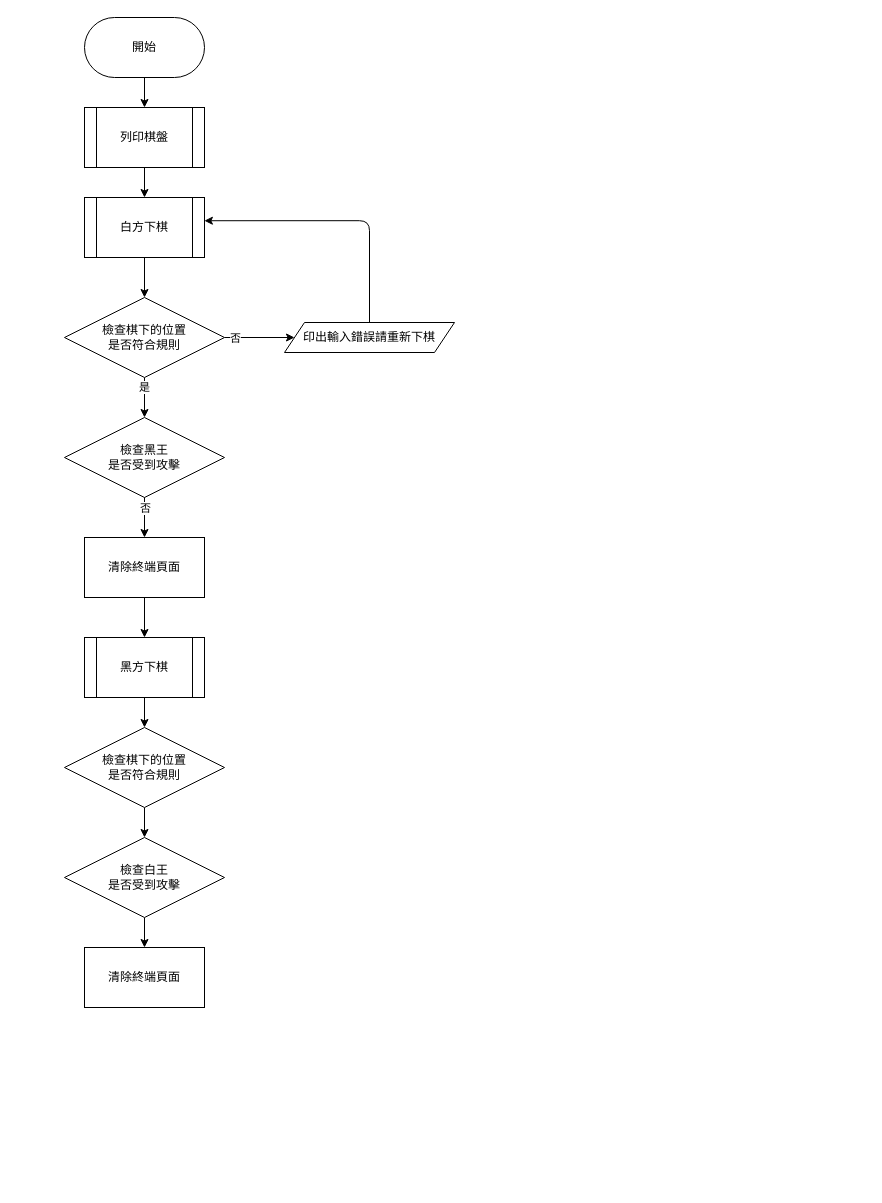
F-YONG3721/chessGame keeps this draw.io diagram as flowchart/chessGame_flowchart.drawio. Above is the earlier version. Source tidied: cells renumbered, new cells numbered last; positions are measured from the earlier drawing's top-left corner, leaving out a move shared by most shapes. Both pictures are drawn from the tidied source at 100%, with x=0, y=0 at pixel (64, 17).
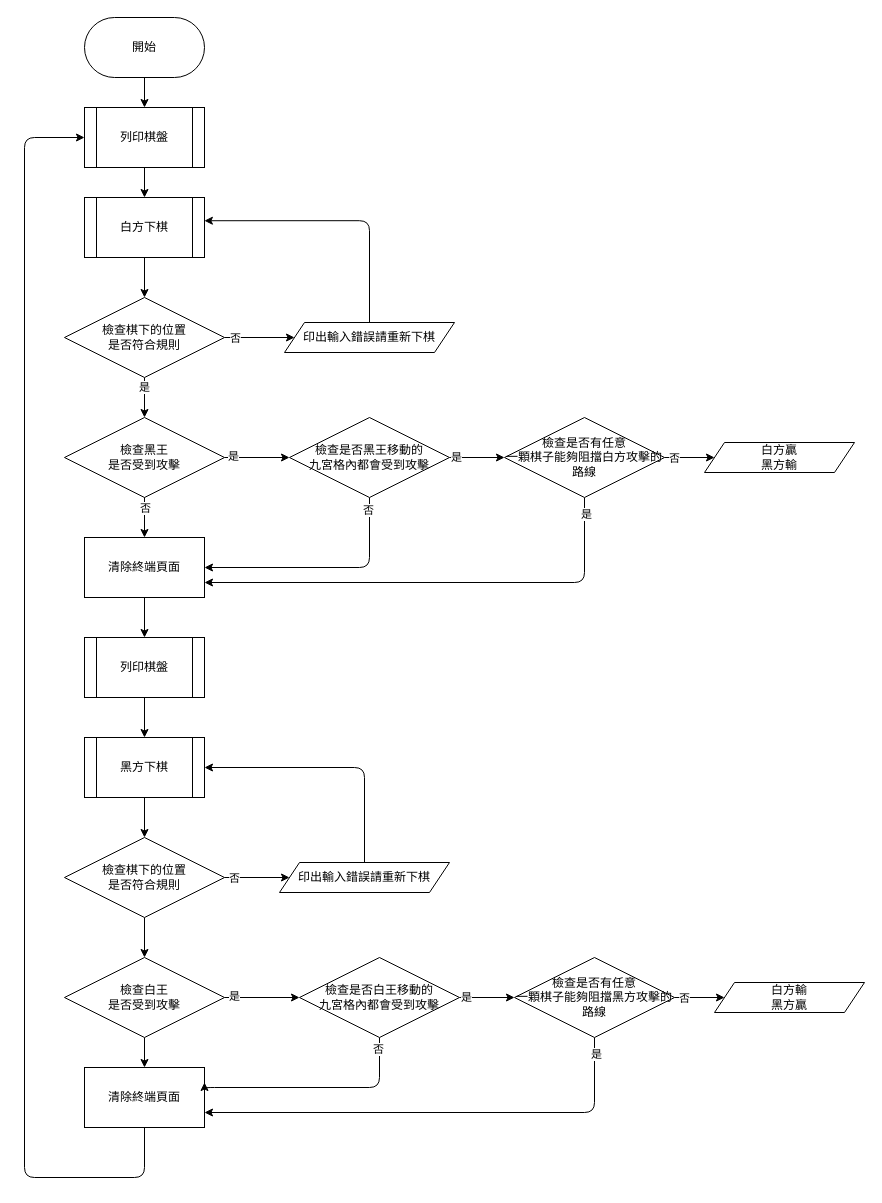
After the change.

Commit message:
流程圖完成大致的架構

Unchanged cells that the change refers to:
```xml
<mxCell id="5" value="列印棋盤" style="shape=process;whiteSpace=wrap;html=1;backgroundOutline=1;" parent="1" vertex="1">
  <mxGeometry x="20" y="90" width="120" height="60" as="geometry" />
</mxCell>
<mxCell id="9" value="清除終端頁面" style="rounded=0;whiteSpace=wrap;html=1;" parent="1" vertex="1">
  <mxGeometry x="20" y="520" width="120" height="60" as="geometry" />
</mxCell>
<mxCell id="19" value="檢查黑王&lt;br&gt;是否受到攻擊" style="rhombus;whiteSpace=wrap;html=1;" parent="1" vertex="1">
  <mxGeometry y="400" width="160" height="80" as="geometry" />
</mxCell>
```

Diff of the diagram source:
```diff
@@
-    <mxCell id="8" style="edgeStyle=none;html=1;" parent="1" edge="1" source="9" target="11">
-      <mxGeometry relative="1" as="geometry" />
-    </mxCell>
+    <mxCell id="27" style="edgeStyle=orthogonalEdgeStyle;html=1;" parent="1" edge="1" source="9" target="32">
+      <mxGeometry relative="1" as="geometry" />
+    </mxCell>
@@
     <mxCell id="11" value="黑方下棋" style="shape=process;whiteSpace=wrap;html=1;backgroundOutline=1;" parent="1" vertex="1">
-      <mxGeometry x="20" y="620" width="120" height="60" as="geometry" />
+      <mxGeometry x="20" y="720" width="120" height="60" as="geometry" />
     </mxCell>
@@
+    <mxCell id="28" style="edgeStyle=orthogonalEdgeStyle;html=1;" parent="1" edge="1" source="19" target="37">
+      <mxGeometry relative="1" as="geometry" />
+    </mxCell>
+    <mxCell id="29" value="是" style="edgeLabel;html=1;align=center;verticalAlign=middle;" parent="28" vertex="1">
+      <mxGeometry x="-0.76" y="2" relative="1" as="geometry" />
+    </mxCell>
@@
     <mxCell id="21" value="檢查棋下的位置&lt;br&gt;是否符合規則" style="rhombus;whiteSpace=wrap;html=1;" parent="1" vertex="1">
-      <mxGeometry y="710" width="160" height="80" as="geometry" />
+      <mxGeometry y="820" width="160" height="80" as="geometry" />
     </mxCell>
@@
     <mxCell id="23" value="檢查白王&lt;br&gt;是否受到攻擊" style="rhombus;whiteSpace=wrap;html=1;" parent="1" vertex="1">
-      <mxGeometry y="820" width="160" height="80" as="geometry" />
+      <mxGeometry y="940" width="160" height="80" as="geometry" />
     </mxCell>
+    <mxCell id="30" style="edgeStyle=orthogonalEdgeStyle;html=1;exitX=0.5;exitY=1;exitDx=0;exitDy=0;entryX=0;entryY=0.5;entryDx=0;entryDy=0;" parent="1" edge="1" source="24" target="5">
+      <mxGeometry relative="1" as="geometry">
+        <Array as="points">
+          <mxPoint x="80" y="1160" />
+          <mxPoint x="-40" y="1160" />
+          <mxPoint x="-40" y="120" />
+        </Array>
+      </mxGeometry>
+    </mxCell>
     <mxCell id="24" value="清除終端頁面" style="whiteSpace=wrap;html=1;" parent="1" vertex="1">
-      <mxGeometry x="20" y="930" width="120" height="60" as="geometry" />
+      <mxGeometry x="20" y="1050" width="120" height="60" as="geometry" />
     </mxCell>
@@
+    <mxCell id="31" style="edgeStyle=orthogonalEdgeStyle;html=1;" parent="1" edge="1" source="32" target="11">
+      <mxGeometry relative="1" as="geometry" />
+    </mxCell>
+    <mxCell id="32" value="列印棋盤" style="shape=process;whiteSpace=wrap;html=1;backgroundOutline=1;" parent="1" vertex="1">
+      <mxGeometry x="20" y="620" width="120" height="60" as="geometry" />
+    </mxCell>
+    <mxCell id="33" style="edgeStyle=orthogonalEdgeStyle;html=1;exitX=0.5;exitY=1;exitDx=0;exitDy=0;entryX=1;entryY=0.5;entryDx=0;entryDy=0;" parent="1" edge="1" source="37" target="9">
+      <mxGeometry relative="1" as="geometry">
+        <Array as="points">
+          <mxPoint x="305" y="550" />
+        </Array>
+      </mxGeometry>
+    </mxCell>
+    <mxCell id="34" value="否" style="edgeLabel;html=1;align=center;verticalAlign=middle;" parent="33" vertex="1">
+      <mxGeometry x="-0.9" y="-2" relative="1" as="geometry" />
+    </mxCell>
+    <mxCell id="35" style="edgeStyle=orthogonalEdgeStyle;html=1;" parent="1" edge="1" source="37" target="42">
+      <mxGeometry relative="1" as="geometry" />
+    </mxCell>
+    <mxCell id="36" value="是" style="edgeLabel;html=1;align=center;verticalAlign=middle;" parent="35" vertex="1">
+      <mxGeometry x="-0.78" y="1" relative="1" as="geometry" />
+    </mxCell>
+    <mxCell id="37" value="檢查是否黑王移動的&lt;br&gt;九宮格內都會受到攻擊" style="rhombus;whiteSpace=wrap;html=1;" parent="1" vertex="1">
+      <mxGeometry x="225" y="400" width="160" height="80" as="geometry" />
+    </mxCell>
+    <mxCell id="38" style="edgeStyle=orthogonalEdgeStyle;html=1;exitX=0.5;exitY=1;exitDx=0;exitDy=0;entryX=1;entryY=0.75;entryDx=0;entryDy=0;" parent="1" edge="1" source="42" target="9">
+      <mxGeometry relative="1" as="geometry" />
+    </mxCell>
+    <mxCell id="39" value="是" style="edgeLabel;html=1;align=center;verticalAlign=middle;" parent="38" vertex="1">
+      <mxGeometry x="-0.93" y="1" relative="1" as="geometry" />
+    </mxCell>
+    <mxCell id="40" style="edgeStyle=orthogonalEdgeStyle;html=1;" parent="1" edge="1" source="42" target="43">
+      <mxGeometry relative="1" as="geometry" />
+    </mxCell>
+    <mxCell id="41" value="否" style="edgeLabel;html=1;align=center;verticalAlign=middle;" parent="40" vertex="1">
+      <mxGeometry x="-0.65" y="-1" relative="1" as="geometry">
+        <mxPoint y="-1" as="offset" />
+      </mxGeometry>
+    </mxCell>
+    <mxCell id="42" value="檢查是否有任意&lt;br&gt;一顆棋子能夠阻擋白方攻擊的路線" style="rhombus;whiteSpace=wrap;html=1;" parent="1" vertex="1">
+      <mxGeometry x="440" y="400" width="160" height="80" as="geometry" />
+    </mxCell>
+    <mxCell id="43" value="白方贏&lt;br&gt;黑方輸" style="shape=parallelogram;perimeter=parallelogramPerimeter;whiteSpace=wrap;html=1;fixedSize=1;" parent="1" vertex="1">
+      <mxGeometry x="640" y="425" width="150" height="30" as="geometry" />
+    </mxCell>
+    <mxCell id="44" style="edgeStyle=orthogonalEdgeStyle;rounded=1;html=1;shadow=0;strokeColor=default;exitX=1;exitY=0.5;exitDx=0;exitDy=0;" parent="1" edge="1" source="21" target="47">
+      <mxGeometry relative="1" as="geometry" />
+    </mxCell>
+    <mxCell id="45" value="否" style="edgeLabel;html=1;align=center;verticalAlign=middle;" parent="44" vertex="1">
+      <mxGeometry x="-0.8" y="1" relative="1" as="geometry">
+        <mxPoint x="3" y="1" as="offset" />
+      </mxGeometry>
+    </mxCell>
+    <mxCell id="46" style="edgeStyle=orthogonalEdgeStyle;rounded=1;html=1;exitX=0.5;exitY=0;exitDx=0;exitDy=0;shadow=0;strokeColor=default;entryX=1;entryY=0.5;entryDx=0;entryDy=0;" parent="1" edge="1" source="47" target="11">
+      <mxGeometry relative="1" as="geometry" />
+    </mxCell>
+    <mxCell id="47" value="印出輸入錯誤請重新下棋" style="shape=parallelogram;perimeter=parallelogramPerimeter;whiteSpace=wrap;html=1;fixedSize=1;" parent="1" vertex="1">
+      <mxGeometry x="215" y="845" width="170" height="30" as="geometry" />
+    </mxCell>
+    <mxCell id="48" style="edgeStyle=orthogonalEdgeStyle;html=1;exitX=1;exitY=0.5;exitDx=0;exitDy=0;" parent="1" edge="1" source="23" target="54">
+      <mxGeometry relative="1" as="geometry" />
+    </mxCell>
+    <mxCell id="49" value="是" style="edgeLabel;html=1;align=center;verticalAlign=middle;" parent="48" vertex="1">
+      <mxGeometry x="-0.76" y="2" relative="1" as="geometry" />
+    </mxCell>
+    <mxCell id="50" style="edgeStyle=orthogonalEdgeStyle;html=1;exitX=0.5;exitY=1;exitDx=0;exitDy=0;entryX=1;entryY=0.25;entryDx=0;entryDy=0;" parent="1" edge="1" source="54" target="24">
+      <mxGeometry relative="1" as="geometry">
+        <Array as="points">
+          <mxPoint x="315" y="1070" />
+          <mxPoint x="140" y="1070" />
+        </Array>
+      </mxGeometry>
+    </mxCell>
+    <mxCell id="51" value="否" style="edgeLabel;html=1;align=center;verticalAlign=middle;" parent="50" vertex="1">
+      <mxGeometry x="-0.9" y="-2" relative="1" as="geometry" />
+    </mxCell>
+    <mxCell id="52" style="edgeStyle=orthogonalEdgeStyle;html=1;" parent="1" edge="1" source="54" target="59">
+      <mxGeometry relative="1" as="geometry" />
+    </mxCell>
+    <mxCell id="53" value="是" style="edgeLabel;html=1;align=center;verticalAlign=middle;" parent="52" vertex="1">
+      <mxGeometry x="-0.78" y="1" relative="1" as="geometry" />
+    </mxCell>
+    <mxCell id="54" value="檢查是否白王移動的&lt;br&gt;九宮格內都會受到攻擊" style="rhombus;whiteSpace=wrap;html=1;" parent="1" vertex="1">
+      <mxGeometry x="235" y="940" width="160" height="80" as="geometry" />
+    </mxCell>
+    <mxCell id="55" style="edgeStyle=orthogonalEdgeStyle;html=1;exitX=0.5;exitY=1;exitDx=0;exitDy=0;entryX=1;entryY=0.75;entryDx=0;entryDy=0;" parent="1" edge="1" source="59" target="24">
+      <mxGeometry relative="1" as="geometry">
+        <Array as="points">
+          <mxPoint x="530" y="1095" />
+        </Array>
+      </mxGeometry>
+    </mxCell>
+    <mxCell id="56" value="是" style="edgeLabel;html=1;align=center;verticalAlign=middle;" parent="55" vertex="1">
+      <mxGeometry x="-0.93" y="1" relative="1" as="geometry" />
+    </mxCell>
+    <mxCell id="57" style="edgeStyle=orthogonalEdgeStyle;html=1;" parent="1" edge="1" source="59" target="60">
+      <mxGeometry relative="1" as="geometry" />
+    </mxCell>
+    <mxCell id="58" value="否" style="edgeLabel;html=1;align=center;verticalAlign=middle;" parent="57" vertex="1">
+      <mxGeometry x="-0.65" y="-1" relative="1" as="geometry">
+        <mxPoint y="-1" as="offset" />
+      </mxGeometry>
+    </mxCell>
+    <mxCell id="59" value="檢查是否有任意&lt;br&gt;一顆棋子能夠阻擋黑方攻擊的路線" style="rhombus;whiteSpace=wrap;html=1;" parent="1" vertex="1">
+      <mxGeometry x="450" y="940" width="160" height="80" as="geometry" />
+    </mxCell>
+    <mxCell id="60" value="白方輸&lt;br&gt;黑方贏" style="shape=parallelogram;perimeter=parallelogramPerimeter;whiteSpace=wrap;html=1;fixedSize=1;" parent="1" vertex="1">
+      <mxGeometry x="650" y="965" width="150" height="30" as="geometry" />
+    </mxCell>
```
